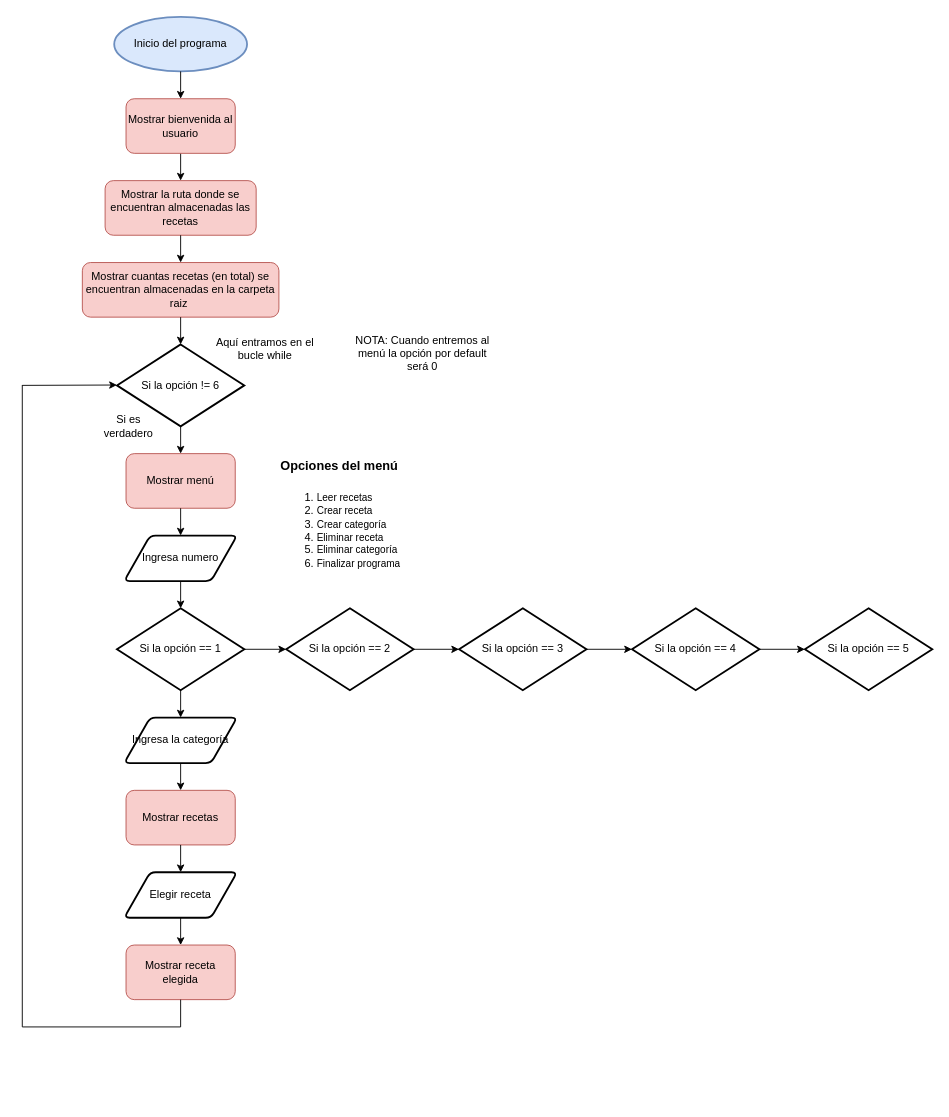
This is Diagrama_de_flujo.drawio from AntonioCantuMtz/Administrador_de_recetas, a draw.io file, before an edit. Source tidied: cells renumbered, new cells numbered last; positions are measured from the earlier drawing's top-left corner, leaving out a move shared by most shapes. Both pictures are drawn from the tidied source at 91%, with x=0, y=0 at pixel (22, 16).
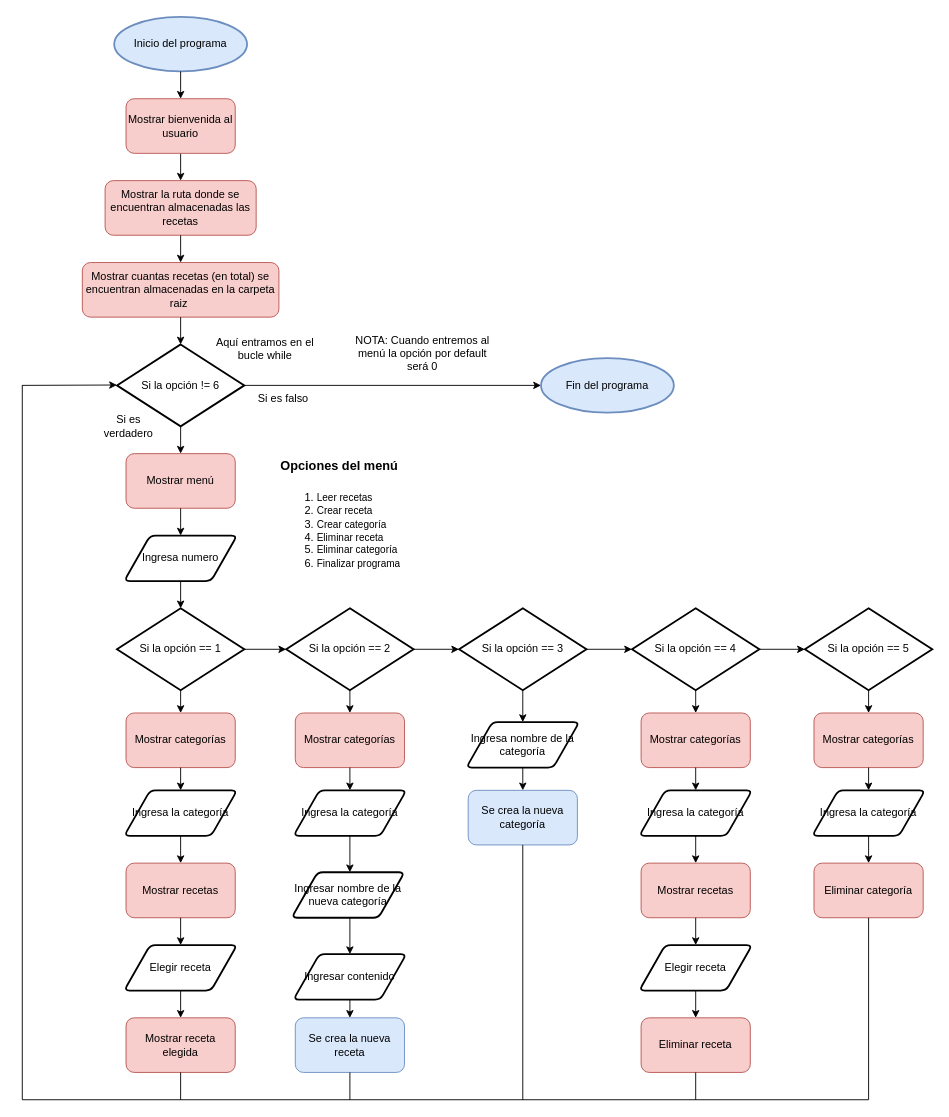
After the change.

Commit message:
Se corrigieron algunos errores del diagrama de flujo y se agregaron los demas pasos a seguir de las opciones del menu

Unchanged cells that the change refers to:
```xml
<mxCell id="11" value="Si la opción != 6" style="strokeWidth=2;shape=mxgraph.flowchart.decision;whiteSpace=wrap;html=1;" parent="1" vertex="1">
  <mxGeometry x="104" y="360" width="140" height="90" as="geometry" />
</mxCell>
<mxCell id="14" value="Si la opción == 1" style="strokeWidth=2;shape=mxgraph.flowchart.decision;whiteSpace=wrap;html=1;" parent="1" vertex="1">
  <mxGeometry x="104" y="650" width="140" height="90" as="geometry" />
</mxCell>
<mxCell id="34" value="Si la opción == 4" style="strokeWidth=2;shape=mxgraph.flowchart.decision;whiteSpace=wrap;html=1;" parent="1" vertex="1">
  <mxGeometry x="670" y="650" width="140" height="90" as="geometry" />
</mxCell>
```

Change to the diagram source:
```diff
@@
     <mxCell id="22" value="Ingresa la categoría" style="shape=parallelogram;html=1;strokeWidth=2;perimeter=parallelogramPerimeter;whiteSpace=wrap;rounded=1;arcSize=12;size=0.23;align=center;" parent="1" vertex="1">
-      <mxGeometry x="112" y="770" width="124" height="50" as="geometry" />
+      <mxGeometry x="112" y="850" width="124" height="50" as="geometry" />
     </mxCell>
     <mxCell id="23" value="Mostrar recetas" style="rounded=1;whiteSpace=wrap;html=1;fillColor=#f8cecc;strokeColor=#b85450;" parent="1" vertex="1">
-      <mxGeometry x="114" y="850" width="120" height="60" as="geometry" />
+      <mxGeometry x="114" y="930" width="120" height="60" as="geometry" />
     </mxCell>
     <mxCell id="24" value="Elegir receta" style="shape=parallelogram;html=1;strokeWidth=2;perimeter=parallelogramPerimeter;whiteSpace=wrap;rounded=1;arcSize=12;size=0.23;align=center;" parent="1" vertex="1">
-      <mxGeometry x="112" y="940" width="124" height="50" as="geometry" />
+      <mxGeometry x="112" y="1020" width="124" height="50" as="geometry" />
     </mxCell>
     <mxCell id="25" value="Mostrar receta elegida" style="rounded=1;whiteSpace=wrap;html=1;fillColor=#f8cecc;strokeColor=#b85450;" parent="1" vertex="1">
-      <mxGeometry x="114" y="1020" width="120" height="60" as="geometry" />
+      <mxGeometry x="114" y="1100" width="120" height="60" as="geometry" />
     </mxCell>
-    <mxCell id="26" style="endArrow=classic;html=1;rounded=0;entryX=0.5;entryY=0;entryDx=0;entryDy=0;" parent="1" edge="1" target="22">
-      <mxGeometry relative="1" as="geometry">
-        <mxPoint x="174" y="740" as="sourcePoint" />
-      </mxGeometry>
-    </mxCell>
     <mxCell id="27" style="endArrow=classic;html=1;rounded=0;entryX=0.5;entryY=0;entryDx=0;entryDy=0;" parent="1" edge="1" target="23">
       <mxGeometry relative="1" as="geometry">
-        <mxPoint x="174" y="820" as="sourcePoint" />
+        <mxPoint x="174" y="900" as="sourcePoint" />
       </mxGeometry>
     </mxCell>
     <mxCell id="28" style="endArrow=classic;html=1;rounded=0;entryX=0.5;entryY=0;entryDx=0;entryDy=0;" parent="1" edge="1" target="24">
       <mxGeometry relative="1" as="geometry">
-        <mxPoint x="174" y="910" as="sourcePoint" />
+        <mxPoint x="174" y="990" as="sourcePoint" />
       </mxGeometry>
     </mxCell>
     <mxCell id="29" style="endArrow=classic;html=1;rounded=0;entryX=0.5;entryY=0;entryDx=0;entryDy=0;" parent="1" edge="1" target="25">
       <mxGeometry relative="1" as="geometry">
-        <mxPoint x="174" y="990" as="sourcePoint" />
+        <mxPoint x="174" y="1070" as="sourcePoint" />
       </mxGeometry>
     </mxCell>
@@
     <mxCell id="31" style="endArrow=none;html=1;rounded=0;" parent="1" edge="1">
       <mxGeometry relative="1" as="geometry">
-        <mxPoint y="1110" as="sourcePoint" />
+        <mxPoint y="1190" as="sourcePoint" />
         <mxPoint y="404.6" as="targetPoint" />
       </mxGeometry>
     </mxCell>
@@
     <mxCell id="40" style="endArrow=none;html=1;rounded=0;entryX=0.5;entryY=1;entryDx=0;entryDy=0;" parent="1" edge="1" target="25">
       <mxGeometry relative="1" as="geometry">
-        <mxPoint x="174" y="1110" as="sourcePoint" />
+        <mxPoint x="174" y="1190" as="sourcePoint" />
       </mxGeometry>
     </mxCell>
-    <mxCell id="41" style="endArrow=none;html=1;rounded=0;" parent="1" edge="1">
-      <mxGeometry relative="1" as="geometry">
-        <mxPoint y="1110" as="sourcePoint" />
-        <mxPoint x="174" y="1110" as="targetPoint" />
-      </mxGeometry>
-    </mxCell>
+    <mxCell id="42" value="Ingresa la categoría" style="shape=parallelogram;html=1;strokeWidth=2;perimeter=parallelogramPerimeter;whiteSpace=wrap;rounded=1;arcSize=12;size=0.23;align=center;" parent="1" vertex="1">
+      <mxGeometry x="298" y="850" width="124" height="50" as="geometry" />
+    </mxCell>
+    <mxCell id="43" value="Mostrar categorías" style="rounded=1;whiteSpace=wrap;html=1;fillColor=#f8cecc;strokeColor=#b85450;" parent="1" vertex="1">
+      <mxGeometry x="300" y="765" width="120" height="60" as="geometry" />
+    </mxCell>
+    <mxCell id="44" style="endArrow=classic;html=1;rounded=0;entryX=0.5;entryY=0;entryDx=0;entryDy=0;" parent="1" edge="1" target="43">
+      <mxGeometry relative="1" as="geometry">
+        <mxPoint x="360" y="740" as="sourcePoint" />
+      </mxGeometry>
+    </mxCell>
+    <mxCell id="45" style="endArrow=classic;html=1;rounded=0;entryX=0.5;entryY=0;entryDx=0;entryDy=0;" parent="1" edge="1" target="42">
+      <mxGeometry relative="1" as="geometry">
+        <mxPoint x="360" y="825" as="sourcePoint" />
+      </mxGeometry>
+    </mxCell>
+    <mxCell id="46" value="&lt;font&gt;Ingresar nombre de la nueva categoría&lt;/font&gt;" style="shape=parallelogram;html=1;strokeWidth=2;perimeter=parallelogramPerimeter;whiteSpace=wrap;rounded=1;arcSize=12;size=0.23;align=center;" parent="1" vertex="1">
+      <mxGeometry x="296" y="940" width="124" height="50" as="geometry" />
+    </mxCell>
+    <mxCell id="47" style="endArrow=classic;html=1;rounded=0;exitX=0.5;exitY=1;exitDx=0;exitDy=0;" parent="1" edge="1" source="42">
+      <mxGeometry relative="1" as="geometry">
+        <mxPoint x="360" y="940" as="targetPoint" />
+      </mxGeometry>
+    </mxCell>
+    <mxCell id="48" value="Ingresar contenido" style="shape=parallelogram;html=1;strokeWidth=2;perimeter=parallelogramPerimeter;whiteSpace=wrap;rounded=1;arcSize=12;size=0.23;align=center;" parent="1" vertex="1">
+      <mxGeometry x="298" y="1030" width="124" height="50" as="geometry" />
+    </mxCell>
+    <mxCell id="49" style="endArrow=classic;html=1;rounded=0;entryX=0.5;entryY=0;entryDx=0;entryDy=0;" parent="1" edge="1" target="48">
+      <mxGeometry relative="1" as="geometry">
+        <mxPoint x="360" y="990" as="sourcePoint" />
+      </mxGeometry>
+    </mxCell>
+    <mxCell id="50" value="Ingresa nombre de la categoría" style="shape=parallelogram;html=1;strokeWidth=2;perimeter=parallelogramPerimeter;whiteSpace=wrap;rounded=1;arcSize=12;size=0.23;align=center;" parent="1" vertex="1">
+      <mxGeometry x="488" y="775" width="124" height="50" as="geometry" />
+    </mxCell>
+    <mxCell id="51" style="endArrow=classic;html=1;rounded=0;entryX=0.5;entryY=0;entryDx=0;entryDy=0;" parent="1" edge="1" target="50">
+      <mxGeometry relative="1" as="geometry">
+        <mxPoint x="550" y="740" as="sourcePoint" />
+      </mxGeometry>
+    </mxCell>
+    <mxCell id="52" value="Se crea la nueva categoría" style="rounded=1;whiteSpace=wrap;html=1;fillColor=#dae8fc;strokeColor=#6c8ebf;" parent="1" vertex="1">
+      <mxGeometry x="490" y="850" width="120" height="60" as="geometry" />
+    </mxCell>
+    <mxCell id="53" style="endArrow=classic;html=1;rounded=0;" parent="1" edge="1" target="52">
+      <mxGeometry relative="1" as="geometry">
+        <mxPoint x="550" y="825" as="sourcePoint" />
+      </mxGeometry>
+    </mxCell>
+    <mxCell id="54" style="endArrow=none;html=1;rounded=0;" parent="1" edge="1">
+      <mxGeometry relative="1" as="geometry">
+        <mxPoint x="550" y="1190" as="sourcePoint" />
+        <mxPoint x="550" y="910" as="targetPoint" />
+      </mxGeometry>
+    </mxCell>
+    <mxCell id="55" value="Mostrar categorías" style="rounded=1;whiteSpace=wrap;html=1;fillColor=#f8cecc;strokeColor=#b85450;" parent="1" vertex="1">
+      <mxGeometry x="680" y="765" width="120" height="60" as="geometry" />
+    </mxCell>
+    <mxCell id="56" value="Mostrar categorías" style="rounded=1;whiteSpace=wrap;html=1;fillColor=#f8cecc;strokeColor=#b85450;" parent="1" vertex="1">
+      <mxGeometry x="114" y="765" width="120" height="60" as="geometry" />
+    </mxCell>
+    <mxCell id="57" style="endArrow=classic;html=1;rounded=0;exitX=0.5;exitY=1;exitDx=0;exitDy=0;exitPerimeter=0;entryX=0.5;entryY=0;entryDx=0;entryDy=0;" parent="1" edge="1" source="14" target="56">
+      <mxGeometry relative="1" as="geometry" />
+    </mxCell>
+    <mxCell id="58" style="endArrow=classic;html=1;rounded=0;entryX=0.5;entryY=0;entryDx=0;entryDy=0;exitX=0.5;exitY=1;exitDx=0;exitDy=0;" parent="1" edge="1" source="56" target="22">
+      <mxGeometry relative="1" as="geometry" />
+    </mxCell>
+    <mxCell id="59" value="Ingresa la categoría" style="shape=parallelogram;html=1;strokeWidth=2;perimeter=parallelogramPerimeter;whiteSpace=wrap;rounded=1;arcSize=12;size=0.23;align=center;" parent="1" vertex="1">
+      <mxGeometry x="678" y="850" width="124" height="50" as="geometry" />
+    </mxCell>
+    <mxCell id="60" value="Mostrar recetas" style="rounded=1;whiteSpace=wrap;html=1;fillColor=#f8cecc;strokeColor=#b85450;" parent="1" vertex="1">
+      <mxGeometry x="680" y="930" width="120" height="60" as="geometry" />
+    </mxCell>
+    <mxCell id="61" value="Elegir receta" style="shape=parallelogram;html=1;strokeWidth=2;perimeter=parallelogramPerimeter;whiteSpace=wrap;rounded=1;arcSize=12;size=0.23;align=center;" parent="1" vertex="1">
+      <mxGeometry x="678" y="1020" width="124" height="50" as="geometry" />
+    </mxCell>
+    <mxCell id="62" value="Eliminar receta" style="rounded=1;whiteSpace=wrap;html=1;fillColor=#f8cecc;strokeColor=#b85450;" parent="1" vertex="1">
+      <mxGeometry x="680" y="1100" width="120" height="60" as="geometry" />
+    </mxCell>
+    <mxCell id="63" style="endArrow=classic;html=1;rounded=0;entryX=0.5;entryY=0;entryDx=0;entryDy=0;" parent="1" edge="1" target="60">
+      <mxGeometry relative="1" as="geometry">
+        <mxPoint x="740" y="900" as="sourcePoint" />
+      </mxGeometry>
+    </mxCell>
+    <mxCell id="64" style="endArrow=classic;html=1;rounded=0;entryX=0.5;entryY=0;entryDx=0;entryDy=0;" parent="1" edge="1" target="61">
+      <mxGeometry relative="1" as="geometry">
+        <mxPoint x="740" y="990" as="sourcePoint" />
+      </mxGeometry>
+    </mxCell>
+    <mxCell id="65" style="endArrow=classic;html=1;rounded=0;entryX=0.5;entryY=0;entryDx=0;entryDy=0;" parent="1" edge="1" target="62">
+      <mxGeometry relative="1" as="geometry">
+        <mxPoint x="740" y="1070" as="sourcePoint" />
+      </mxGeometry>
+    </mxCell>
+    <mxCell id="66" style="endArrow=none;html=1;rounded=0;entryX=0.5;entryY=1;entryDx=0;entryDy=0;" parent="1" edge="1" target="62">
+      <mxGeometry relative="1" as="geometry">
+        <mxPoint x="740" y="1190" as="sourcePoint" />
+      </mxGeometry>
+    </mxCell>
+    <mxCell id="67" style="endArrow=classic;html=1;rounded=0;exitX=0.5;exitY=1;exitDx=0;exitDy=0;exitPerimeter=0;entryX=0.5;entryY=0;entryDx=0;entryDy=0;" parent="1" edge="1" source="34" target="55">
+      <mxGeometry relative="1" as="geometry" />
+    </mxCell>
+    <mxCell id="68" style="endArrow=classic;html=1;rounded=0;exitX=0.5;exitY=1;exitDx=0;exitDy=0;" parent="1" edge="1" source="55" target="59">
+      <mxGeometry relative="1" as="geometry" />
+    </mxCell>
+    <mxCell id="69" value="Mostrar categorías" style="rounded=1;whiteSpace=wrap;html=1;fillColor=#f8cecc;strokeColor=#b85450;" parent="1" vertex="1">
+      <mxGeometry x="870" y="765" width="120" height="60" as="geometry" />
+    </mxCell>
+    <mxCell id="70" value="Ingresa la categoría" style="shape=parallelogram;html=1;strokeWidth=2;perimeter=parallelogramPerimeter;whiteSpace=wrap;rounded=1;arcSize=12;size=0.23;align=center;" parent="1" vertex="1">
+      <mxGeometry x="868" y="850" width="124" height="50" as="geometry" />
+    </mxCell>
+    <mxCell id="71" value="Eliminar categoría" style="rounded=1;whiteSpace=wrap;html=1;fillColor=#f8cecc;strokeColor=#b85450;" parent="1" vertex="1">
+      <mxGeometry x="870" y="930" width="120" height="60" as="geometry" />
+    </mxCell>
+    <mxCell id="72" style="endArrow=classic;html=1;rounded=0;entryX=0.5;entryY=0;entryDx=0;entryDy=0;" parent="1" edge="1" target="69">
+      <mxGeometry relative="1" as="geometry">
+        <mxPoint x="930" y="740" as="sourcePoint" />
+      </mxGeometry>
+    </mxCell>
+    <mxCell id="73" style="endArrow=classic;html=1;rounded=0;" parent="1" edge="1" target="70">
+      <mxGeometry relative="1" as="geometry">
+        <mxPoint x="930" y="825" as="sourcePoint" />
+      </mxGeometry>
+    </mxCell>
+    <mxCell id="74" style="endArrow=classic;html=1;rounded=0;entryX=0.5;entryY=0;entryDx=0;entryDy=0;" parent="1" edge="1" target="71">
+      <mxGeometry relative="1" as="geometry">
+        <mxPoint x="930" y="900" as="sourcePoint" />
+      </mxGeometry>
+    </mxCell>
+    <mxCell id="75" style="endArrow=none;html=1;rounded=0;" parent="1" edge="1">
+      <mxGeometry relative="1" as="geometry">
+        <mxPoint x="930" y="990" as="sourcePoint" />
+        <mxPoint x="930" y="1190" as="targetPoint" />
+      </mxGeometry>
+    </mxCell>
+    <mxCell id="76" style="endArrow=none;html=1;rounded=0;" parent="1" edge="1">
+      <mxGeometry relative="1" as="geometry">
+        <mxPoint y="1190" as="sourcePoint" />
+        <mxPoint x="930" y="1190" as="targetPoint" />
+      </mxGeometry>
+    </mxCell>
+    <mxCell id="77" value="Se crea la nueva receta" style="rounded=1;whiteSpace=wrap;html=1;fillColor=#dae8fc;strokeColor=#6c8ebf;" parent="1" vertex="1">
+      <mxGeometry x="300" y="1100" width="120" height="60" as="geometry" />
+    </mxCell>
+    <mxCell id="78" style="endArrow=classic;html=1;rounded=0;exitX=0.5;exitY=1;exitDx=0;exitDy=0;" parent="1" edge="1" source="48" target="77">
+      <mxGeometry relative="1" as="geometry" />
+    </mxCell>
+    <mxCell id="79" style="endArrow=none;html=1;rounded=0;" parent="1" edge="1">
+      <mxGeometry relative="1" as="geometry">
+        <mxPoint x="360" y="1160" as="sourcePoint" />
+        <mxPoint x="360" y="1190" as="targetPoint" />
+      </mxGeometry>
+    </mxCell>
+    <mxCell id="80" value="Fin del programa" style="strokeWidth=2;html=1;shape=mxgraph.flowchart.start_1;whiteSpace=wrap;fillColor=#dae8fc;strokeColor=#6c8ebf;" parent="1" vertex="1">
+      <mxGeometry x="570" y="375" width="146" height="60" as="geometry" />
+    </mxCell>
+    <mxCell id="81" style="endArrow=classic;html=1;rounded=0;exitX=1;exitY=0.5;exitDx=0;exitDy=0;exitPerimeter=0;entryX=0;entryY=0.5;entryDx=0;entryDy=0;entryPerimeter=0;" parent="1" edge="1" source="11" target="80">
+      <mxGeometry relative="1" as="geometry" />
+    </mxCell>
+    <mxCell id="82" value="Si es falso" style="text;html=1;align=center;verticalAlign=middle;whiteSpace=wrap;rounded=0;" parent="1" vertex="1">
+      <mxGeometry x="244" y="405" width="86" height="30" as="geometry" />
+    </mxCell>
```
